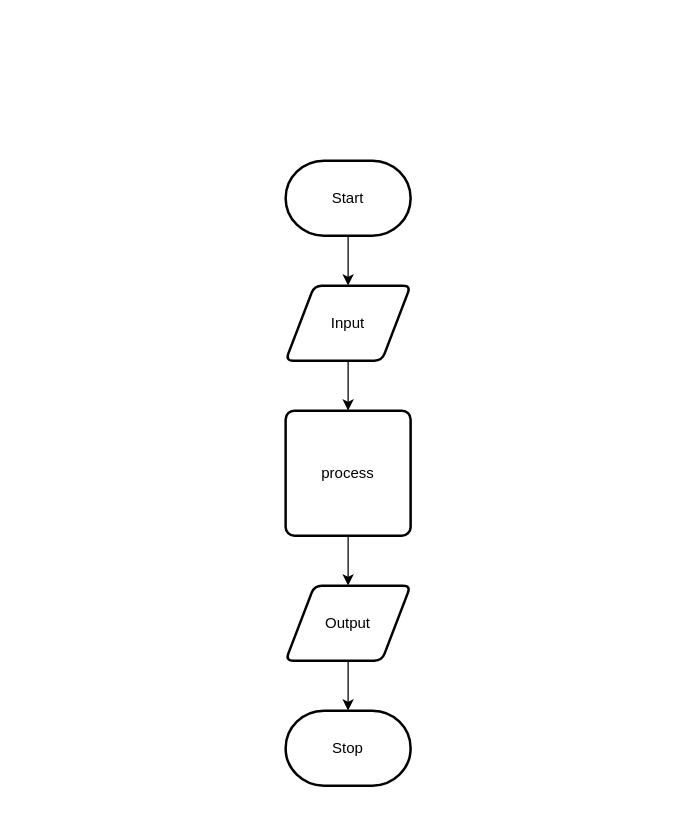
Before: design/flow-chart.drawio in brennan-lee/ICS2O-5-08, a draw.io diagram. Source tidied: cells renumbered, new cells numbered last; positions are measured from the earlier drawing's top-left corner, leaving out a move shared by most shapes. Both pictures are drawn from the tidied source at 125%, with x=0, y=0 at pixel (285, 160).
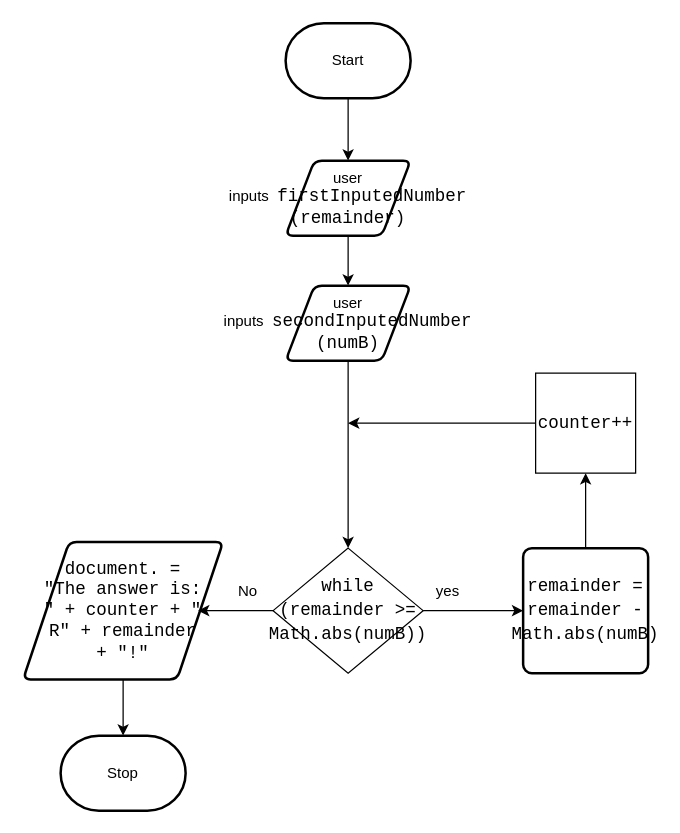
The same diagram, later.

Commit message (it also covers changes not shown here):
flow chart

The edit, as a diff of the source:
```diff
@@
-    <mxCell id="2" style="edgeStyle=none;html=1;" parent="1" edge="1" source="3" target="5">
-      <mxGeometry relative="1" as="geometry" />
-    </mxCell>
+    <mxCell id="8" style="edgeStyle=none;html=1;entryX=0.5;entryY=0;entryDx=0;entryDy=0;" parent="1" edge="1" source="3" target="18">
+      <mxGeometry relative="1" as="geometry" />
+    </mxCell>
-    <mxCell id="3" value="Start" style="strokeWidth=2;html=1;shape=mxgraph.flowchart.terminator;whiteSpace=wrap;" parent="1" vertex="1">
-      <mxGeometry width="100" height="60" as="geometry" />
+    <mxCell id="3" value="&lt;font color=&quot;#000000&quot;&gt;Start&lt;/font&gt;" style="strokeWidth=2;html=1;shape=mxgraph.flowchart.terminator;whiteSpace=wrap;" parent="1" vertex="1">
+      <mxGeometry y="-110" width="100" height="60" as="geometry" />
     </mxCell>
-    <mxCell id="4" style="edgeStyle=none;html=1;" parent="1" edge="1" source="5" target="7">
-      <mxGeometry relative="1" as="geometry" />
-    </mxCell>
-    <mxCell id="5" value="Input" style="shape=parallelogram;html=1;strokeWidth=2;perimeter=parallelogramPerimeter;whiteSpace=wrap;rounded=1;arcSize=12;size=0.23;" parent="1" vertex="1">
-      <mxGeometry y="100" width="100" height="60" as="geometry" />
-    </mxCell>
-    <mxCell id="6" style="edgeStyle=none;html=1;" parent="1" edge="1" source="7" target="9">
-      <mxGeometry relative="1" as="geometry" />
-    </mxCell>
-    <mxCell id="7" value="process" style="rounded=1;whiteSpace=wrap;html=1;absoluteArcSize=1;arcSize=14;strokeWidth=2;" parent="1" vertex="1">
-      <mxGeometry y="200" width="100" height="100" as="geometry" />
-    </mxCell>
-    <mxCell id="8" style="edgeStyle=none;html=1;" parent="1" edge="1" source="9" target="10">
-      <mxGeometry relative="1" as="geometry" />
-    </mxCell>
-    <mxCell id="9" value="Output" style="shape=parallelogram;html=1;strokeWidth=2;perimeter=parallelogramPerimeter;whiteSpace=wrap;rounded=1;arcSize=12;size=0.23;" parent="1" vertex="1">
-      <mxGeometry y="340" width="100" height="60" as="geometry" />
-    </mxCell>
+    <mxCell id="11" style="edgeStyle=none;html=1;" parent="1" edge="1" source="12" target="21">
+      <mxGeometry relative="1" as="geometry" />
+    </mxCell>
+    <mxCell id="12" value="&lt;font color=&quot;#000000&quot;&gt;user inputs&amp;nbsp;&amp;nbsp;&lt;span style=&quot;font-family: &amp;#34;consolas&amp;#34; , &amp;#34;courier new&amp;#34; , monospace ; font-size: 14px&quot;&gt;secondInputedNumber&lt;/span&gt;&lt;br&gt;&lt;span style=&quot;font-family: &amp;#34;consolas&amp;#34; , &amp;#34;courier new&amp;#34; , monospace ; font-size: 14px&quot;&gt;(&lt;/span&gt;&lt;span style=&quot;font-family: &amp;#34;consolas&amp;#34; , &amp;#34;courier new&amp;#34; , monospace ; font-size: 14px&quot;&gt;numB&lt;/span&gt;&lt;span style=&quot;font-family: &amp;#34;consolas&amp;#34; , &amp;#34;courier new&amp;#34; , monospace ; font-size: 14px&quot;&gt;)&lt;/span&gt;&lt;/font&gt;" style="shape=parallelogram;html=1;strokeWidth=2;perimeter=parallelogramPerimeter;whiteSpace=wrap;rounded=1;arcSize=12;size=0.23;" parent="1" vertex="1">
+      <mxGeometry y="100" width="100" height="60" as="geometry" />
+    </mxCell>
+    <mxCell id="13" style="edgeStyle=none;html=1;" parent="1" edge="1" source="14" target="23">
+      <mxGeometry relative="1" as="geometry" />
+    </mxCell>
+    <mxCell id="14" value="&lt;div style=&quot;font-family: &amp;#34;consolas&amp;#34; , &amp;#34;courier new&amp;#34; , monospace ; font-size: 14px ; line-height: 19px&quot;&gt;&lt;font color=&quot;#000000&quot;&gt;remainder = remainder - Math.abs(numB)&lt;/font&gt;&lt;/div&gt;" style="rounded=1;whiteSpace=wrap;html=1;absoluteArcSize=1;arcSize=14;strokeWidth=2;" parent="1" vertex="1">
+      <mxGeometry x="190" y="310" width="100" height="100" as="geometry" />
+    </mxCell>
+    <mxCell id="15" style="edgeStyle=none;html=1;" parent="1" edge="1" source="16" target="10">
+      <mxGeometry relative="1" as="geometry" />
+    </mxCell>
+    <mxCell id="16" value="&lt;div style=&quot;font-family: &amp;#34;consolas&amp;#34; , &amp;#34;courier new&amp;#34; , monospace ; font-size: 14px&quot;&gt;&lt;font color=&quot;#000000&quot;&gt;document.&amp;nbsp;=&lt;/font&gt;&lt;/div&gt;&lt;div style=&quot;font-family: &amp;#34;consolas&amp;#34; , &amp;#34;courier new&amp;#34; , monospace ; font-size: 14px&quot;&gt;&lt;font color=&quot;#000000&quot;&gt;&quot;The answer is: &quot;&amp;nbsp;+ counter +&amp;nbsp;&quot; R&quot;&amp;nbsp;+ remainder +&amp;nbsp;&quot;!&quot;&lt;/font&gt;&lt;/div&gt;" style="shape=parallelogram;html=1;strokeWidth=2;perimeter=parallelogramPerimeter;whiteSpace=wrap;rounded=1;arcSize=12;size=0.23;" parent="1" vertex="1">
+      <mxGeometry x="-210" y="305" width="160" height="110" as="geometry" />
+    </mxCell>
-    <mxCell id="10" value="Stop" style="strokeWidth=2;html=1;shape=mxgraph.flowchart.terminator;whiteSpace=wrap;" parent="1" vertex="1">
-      <mxGeometry y="440" width="100" height="60" as="geometry" />
+    <mxCell id="10" value="&lt;font color=&quot;#000000&quot;&gt;Stop&lt;/font&gt;" style="strokeWidth=2;html=1;shape=mxgraph.flowchart.terminator;whiteSpace=wrap;" parent="1" vertex="1">
+      <mxGeometry x="-180" y="460" width="100" height="60" as="geometry" />
     </mxCell>
+    <mxCell id="17" style="edgeStyle=none;html=1;" parent="1" edge="1" source="18" target="12">
+      <mxGeometry relative="1" as="geometry" />
+    </mxCell>
+    <mxCell id="18" value="&lt;font color=&quot;#000000&quot;&gt;user inputs&amp;nbsp;&amp;nbsp;&lt;span style=&quot;font-family: &amp;#34;consolas&amp;#34; , &amp;#34;courier new&amp;#34; , monospace ; font-size: 14px&quot;&gt;firstInputedNumber&lt;br&gt;(&lt;/span&gt;&lt;span style=&quot;font-family: &amp;#34;consolas&amp;#34; , &amp;#34;courier new&amp;#34; , monospace ; font-size: 14px&quot;&gt;remainder)&lt;/span&gt;&lt;/font&gt;" style="shape=parallelogram;html=1;strokeWidth=2;perimeter=parallelogramPerimeter;whiteSpace=wrap;rounded=1;arcSize=12;size=0.23;" parent="1" vertex="1">
+      <mxGeometry width="100" height="60" as="geometry" />
+    </mxCell>
+    <mxCell id="19" style="edgeStyle=none;html=1;entryX=0;entryY=0.5;entryDx=0;entryDy=0;" parent="1" edge="1" source="21" target="14">
+      <mxGeometry relative="1" as="geometry" />
+    </mxCell>
+    <mxCell id="20" style="edgeStyle=none;html=1;entryX=1;entryY=0.5;entryDx=0;entryDy=0;" parent="1" edge="1" source="21">
+      <mxGeometry relative="1" as="geometry">
+        <mxPoint x="-70" y="360" as="targetPoint" />
+      </mxGeometry>
+    </mxCell>
+    <mxCell id="21" value="&lt;div style=&quot;font-family: &amp;#34;consolas&amp;#34; , &amp;#34;courier new&amp;#34; , monospace ; font-size: 14px ; line-height: 19px&quot;&gt;&lt;font color=&quot;#000000&quot;&gt;while (remainder &amp;gt;= Math.abs(numB))&lt;/font&gt;&lt;/div&gt;" style="rhombus;whiteSpace=wrap;html=1;" parent="1" vertex="1">
+      <mxGeometry x="-10" y="310" width="120" height="100" as="geometry" />
+    </mxCell>
+    <mxCell id="22" style="edgeStyle=none;html=1;" parent="1" edge="1" source="23">
+      <mxGeometry relative="1" as="geometry">
+        <mxPoint x="50" y="210" as="targetPoint" />
+      </mxGeometry>
+    </mxCell>
+    <mxCell id="23" value="&lt;div style=&quot;font-family: &amp;#34;consolas&amp;#34; , &amp;#34;courier new&amp;#34; , monospace ; font-size: 14px ; line-height: 19px&quot;&gt;&lt;div&gt;&lt;font color=&quot;#000000&quot;&gt;    counter++&lt;/font&gt;&lt;/div&gt;&lt;div style=&quot;background-color: rgb(30 , 30 , 30) ; color: rgb(212 , 212 , 212)&quot;&gt;&lt;/div&gt;&lt;/div&gt;" style="whiteSpace=wrap;html=1;" parent="1" vertex="1">
+      <mxGeometry x="200" y="170" width="80" height="80" as="geometry" />
+    </mxCell>
+    <mxCell id="24" value="&lt;font color=&quot;#000000&quot;&gt;yes&lt;/font&gt;" style="text;html=1;strokeColor=none;fillColor=none;align=center;verticalAlign=middle;whiteSpace=wrap;rounded=0;" parent="1" vertex="1">
+      <mxGeometry x="100" y="330" width="60" height="30" as="geometry" />
+    </mxCell>
+    <mxCell id="25" value="&lt;font color=&quot;#000000&quot;&gt;No&lt;/font&gt;" style="text;html=1;strokeColor=none;fillColor=none;align=center;verticalAlign=middle;whiteSpace=wrap;rounded=0;" parent="1" vertex="1">
+      <mxGeometry x="-60" y="330" width="60" height="30" as="geometry" />
+    </mxCell>
```
